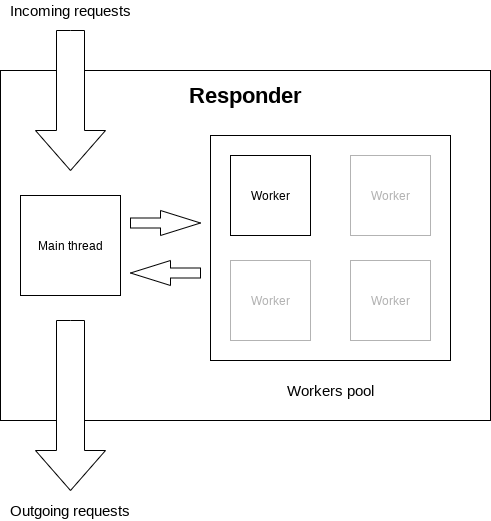
Earlier version of the draw.io export images/responder_spec.png (VMois/deku). Source tidied: cells renumbered, new cells last; positions are measured from the earlier drawing's top-left corner, leaving out a move shared by most shapes.
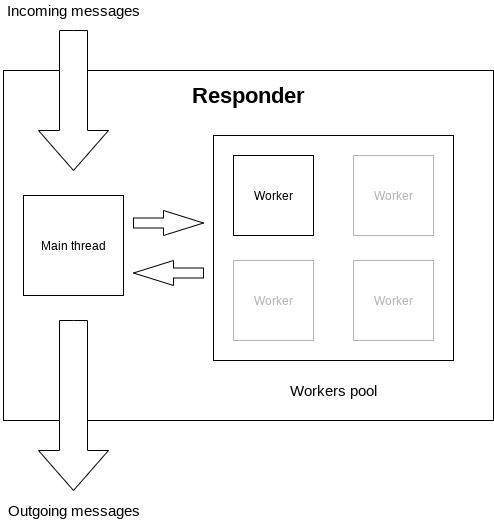
After the change.

Change to the diagram source:
```diff
@@ -41,11 +41,11 @@
     <mxCell id="14" value="&lt;font style=&quot;font-size: 15px&quot;&gt;Workers pool&lt;/font&gt;" style="text;html=1;strokeColor=none;fillColor=none;align=center;verticalAlign=middle;whiteSpace=wrap;rounded=0;" parent="1" vertex="1">
       <mxGeometry x="265" y="380" width="130" height="20" as="geometry" />
     </mxCell>
-    <mxCell id="15" value="&lt;font style=&quot;font-size: 15px&quot;&gt;Incoming requests&lt;/font&gt;" style="text;html=1;strokeColor=none;fillColor=none;align=center;verticalAlign=middle;whiteSpace=wrap;rounded=0;" parent="1" vertex="1">
-      <mxGeometry x="5" width="130" height="20" as="geometry" />
+    <mxCell id="15" value="&lt;font style=&quot;font-size: 15px&quot;&gt;Incoming messages&lt;/font&gt;" style="text;html=1;strokeColor=none;fillColor=none;align=center;verticalAlign=middle;whiteSpace=wrap;rounded=0;" parent="1" vertex="1">
+      <mxGeometry x="-2.5" width="145" height="20" as="geometry" />
     </mxCell>
-    <mxCell id="16" value="&lt;span style=&quot;font-size: 15px&quot;&gt;Outgoing requests&lt;br&gt;&lt;/span&gt;" style="text;html=1;strokeColor=none;fillColor=none;align=center;verticalAlign=middle;whiteSpace=wrap;rounded=0;" parent="1" vertex="1">
-      <mxGeometry x="5" y="500" width="130" height="20" as="geometry" />
+    <mxCell id="16" value="&lt;span style=&quot;font-size: 15px&quot;&gt;Outgoing messages&lt;br&gt;&lt;/span&gt;" style="text;html=1;strokeColor=none;fillColor=none;align=center;verticalAlign=middle;whiteSpace=wrap;rounded=0;" parent="1" vertex="1">
+      <mxGeometry x="-2.5" y="500" width="145" height="20" as="geometry" />
     </mxCell>
   </root>
 </mxGraphModel>
```
